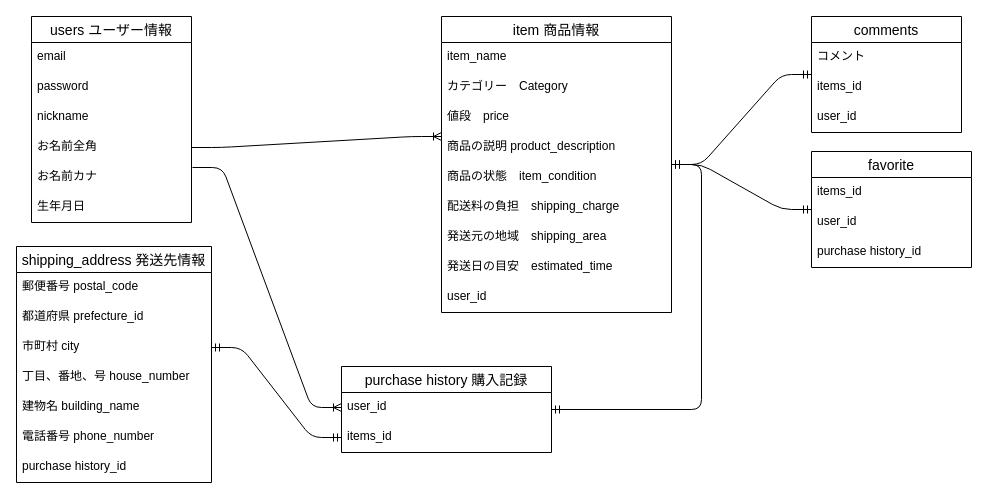
Earlier version of the draw.io diagram test..dio (MasayukiU/furima-35825). Source tidied: cells renumbered, new cells numbered last; positions are measured from the earlier drawing's top-left corner, leaving out a move shared by most shapes. Both pictures are drawn from the tidied source at 100%, with x=0, y=0 at pixel (16, 16).
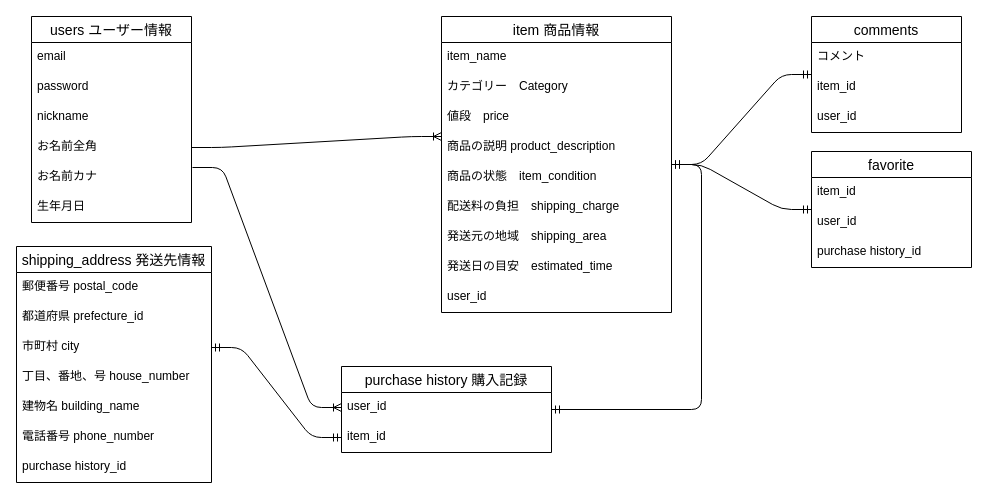
The same page after the edit.

Commit message (it also covers changes not shown here):
データベース設計 再再々修正

Unchanged cells that the change refers to:
```xml
<mxCell id="27" value="comments" style="swimlane;fontStyle=0;horizontal=1;startSize=26;align=center;fontSize=14;" parent="1" vertex="1">
  <mxGeometry x="795" width="150" height="116" as="geometry" />
</mxCell>
<mxCell id="31" value="favorite" style="swimlane;fontStyle=0;horizontal=1;startSize=26;align=center;fontSize=14;" parent="1" vertex="1">
  <mxGeometry x="795" y="135" width="160" height="116" as="geometry" />
</mxCell>
<mxCell id="35" value="purchase history 購入記録" style="swimlane;fontStyle=0;horizontal=1;startSize=26;align=center;fontSize=14;" parent="1" vertex="1">
  <mxGeometry x="325" y="350" width="210" height="86" as="geometry" />
</mxCell>
```

What changed in the source:
```diff
@@
-    <mxCell id="29" value="items_id" style="text;strokeColor=none;fillColor=none;spacingLeft=4;spacingRight=4;overflow=hidden;fontSize=12;" parent="27" vertex="1">
+    <mxCell id="29" value="item_id" style="text;strokeColor=none;fillColor=none;spacingLeft=4;spacingRight=4;overflow=hidden;fontSize=12;" parent="27" vertex="1">
       <mxGeometry y="56" width="150" height="30" as="geometry" />
     </mxCell>
@@
-    <mxCell id="32" value="items_id" style="text;strokeColor=none;fillColor=none;spacingLeft=4;spacingRight=4;overflow=hidden;fontSize=12;" parent="31" vertex="1">
+    <mxCell id="32" value="item_id" style="text;strokeColor=none;fillColor=none;spacingLeft=4;spacingRight=4;overflow=hidden;fontSize=12;" parent="31" vertex="1">
       <mxGeometry y="26" width="160" height="30" as="geometry" />
     </mxCell>
@@
-    <mxCell id="37" value="items_id" style="text;strokeColor=none;fillColor=none;spacingLeft=4;spacingRight=4;overflow=hidden;points=[[0,0.5],[1,0.5]];portConstraint=eastwest;fontSize=12;" parent="35" vertex="1">
+    <mxCell id="37" value="item_id" style="text;strokeColor=none;fillColor=none;spacingLeft=4;spacingRight=4;overflow=hidden;points=[[0,0.5],[1,0.5]];portConstraint=eastwest;fontSize=12;" parent="35" vertex="1">
       <mxGeometry y="56" width="210" height="30" as="geometry" />
     </mxCell>
```
